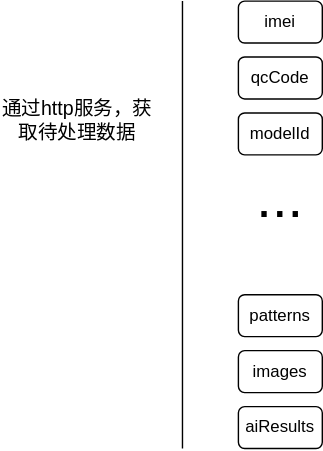
The draw.io diagram 上架审核数据接口.drawio.svg in Linranran/my_images, before a commit. Source tidied: cells renumbered, new cells last; positions are measured from the earlier drawing's top-left corner, leaving out a move shared by most shapes.
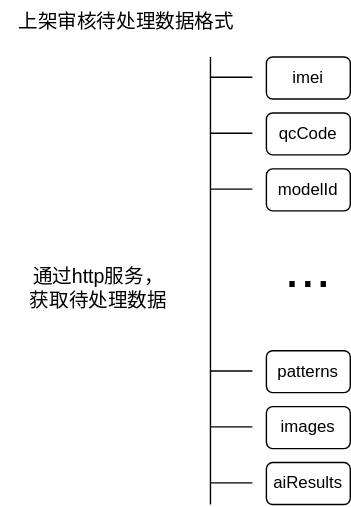
The same file after the commit.

Commit message:
Update 上架审核数据接口.drawio.svg

What changed in the source:
```diff
@@ -27,10 +27,49 @@
       </mxGeometry>
     </mxCell>
     <mxCell id="9" value="&lt;font style=&quot;font-size: 14px;&quot;&gt;通过http服务，获取待处理数据&lt;/font&gt;" style="text;html=1;strokeColor=none;fillColor=none;align=center;verticalAlign=middle;whiteSpace=wrap;rounded=0;" parent="1" vertex="1">
-      <mxGeometry y="70" width="110" height="30" as="geometry" />
+      <mxGeometry y="150" width="100" height="30" as="geometry" />
     </mxCell>
     <mxCell id="10" value="&lt;font style=&quot;font-size: 40px;&quot;&gt;...&lt;/font&gt;" style="text;html=1;strokeColor=none;fillColor=none;align=center;verticalAlign=middle;whiteSpace=wrap;rounded=0;fontSize=14;" parent="1" vertex="1">
-      <mxGeometry x="170" y="120" width="60" height="40" as="geometry" />
+      <mxGeometry x="170" y="130" width="60" height="40" as="geometry" />
     </mxCell>
+    <mxCell id="11" style="endArrow=none;html=1;rounded=0;fontSize=40;" parent="1" edge="1">
+      <mxGeometry relative="1" as="geometry">
+        <mxPoint x="130" y="14.5" as="sourcePoint" />
+        <mxPoint x="160" y="14.5" as="targetPoint" />
+      </mxGeometry>
+    </mxCell>
+    <mxCell id="12" style="endArrow=none;html=1;rounded=0;fontSize=40;" parent="1" edge="1">
+      <mxGeometry relative="1" as="geometry">
+        <mxPoint x="130" y="54.5" as="sourcePoint" />
+        <mxPoint x="160" y="54.5" as="targetPoint" />
+      </mxGeometry>
+    </mxCell>
+    <mxCell id="13" style="endArrow=none;html=1;rounded=0;fontSize=40;" parent="1" edge="1">
+      <mxGeometry relative="1" as="geometry">
+        <mxPoint x="130" y="94.5" as="sourcePoint" />
+        <mxPoint x="160" y="94.5" as="targetPoint" />
+      </mxGeometry>
+    </mxCell>
+    <mxCell id="14" style="endArrow=none;html=1;rounded=0;fontSize=40;" parent="1" edge="1">
+      <mxGeometry relative="1" as="geometry">
+        <mxPoint x="130" y="224.5" as="sourcePoint" />
+        <mxPoint x="160" y="224.5" as="targetPoint" />
+      </mxGeometry>
+    </mxCell>
+    <mxCell id="15" style="endArrow=none;html=1;rounded=0;fontSize=40;" parent="1" edge="1">
+      <mxGeometry relative="1" as="geometry">
+        <mxPoint x="130" y="264.5" as="sourcePoint" />
+        <mxPoint x="160" y="264.5" as="targetPoint" />
+      </mxGeometry>
+    </mxCell>
+    <mxCell id="16" style="endArrow=none;html=1;rounded=0;fontSize=40;" parent="1" edge="1">
+      <mxGeometry relative="1" as="geometry">
+        <mxPoint x="130" y="304.5" as="sourcePoint" />
+        <mxPoint x="160" y="304.5" as="targetPoint" />
+      </mxGeometry>
+    </mxCell>
+    <mxCell id="17" value="&lt;span style=&quot;font-size: 14px;&quot;&gt;上架审核待处理数据格式&lt;/span&gt;" style="text;html=1;strokeColor=none;fillColor=none;align=center;verticalAlign=middle;whiteSpace=wrap;rounded=0;" parent="1" vertex="1">
+      <mxGeometry x="-20" y="-40" width="180" height="30" as="geometry" />
+    </mxCell>
   </root>
 </mxGraphModel>
```
